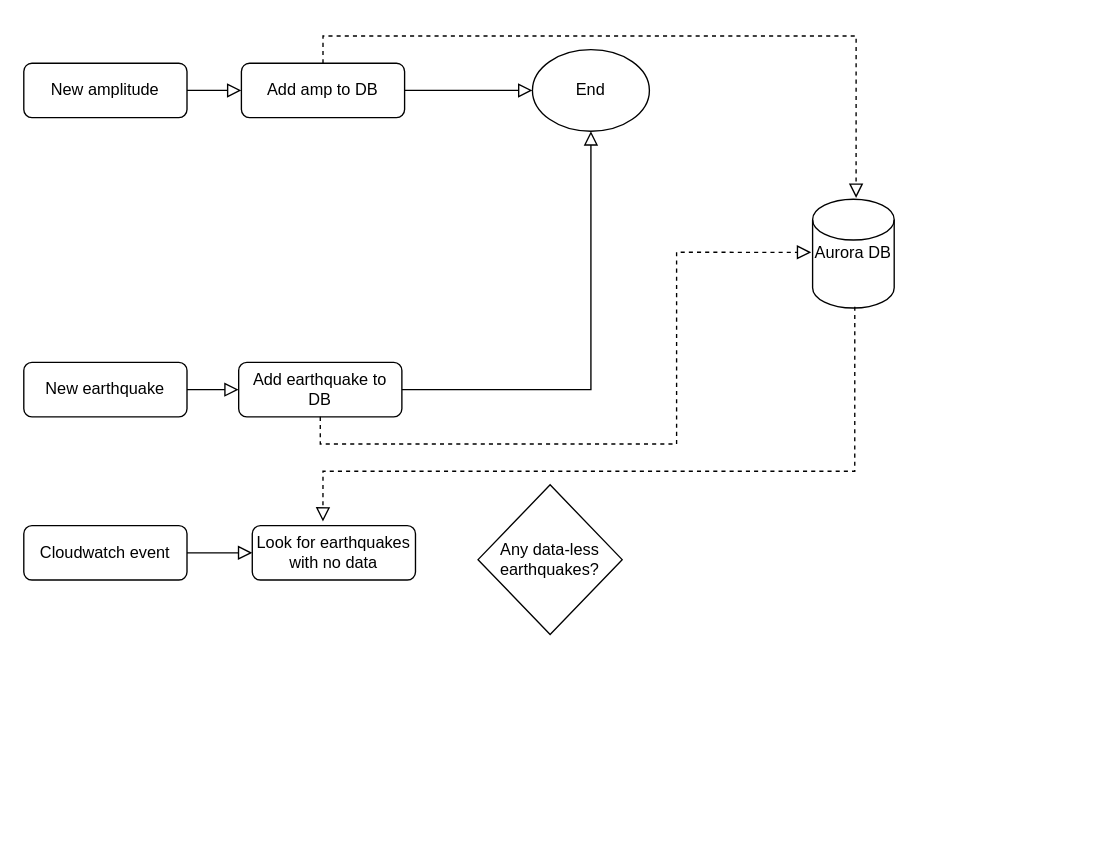
Earlier version of the draw.io diagram amps_flowchart.drawio (mhearne-usgs/shakemap_aws_queue). Source tidied: cells renumbered, new cells numbered last; positions are measured from the earlier drawing's top-left corner, leaving out a move shared by most shapes. Both pictures are drawn from the tidied source at 136%, with x=0, y=0 at pixel (23, 49).
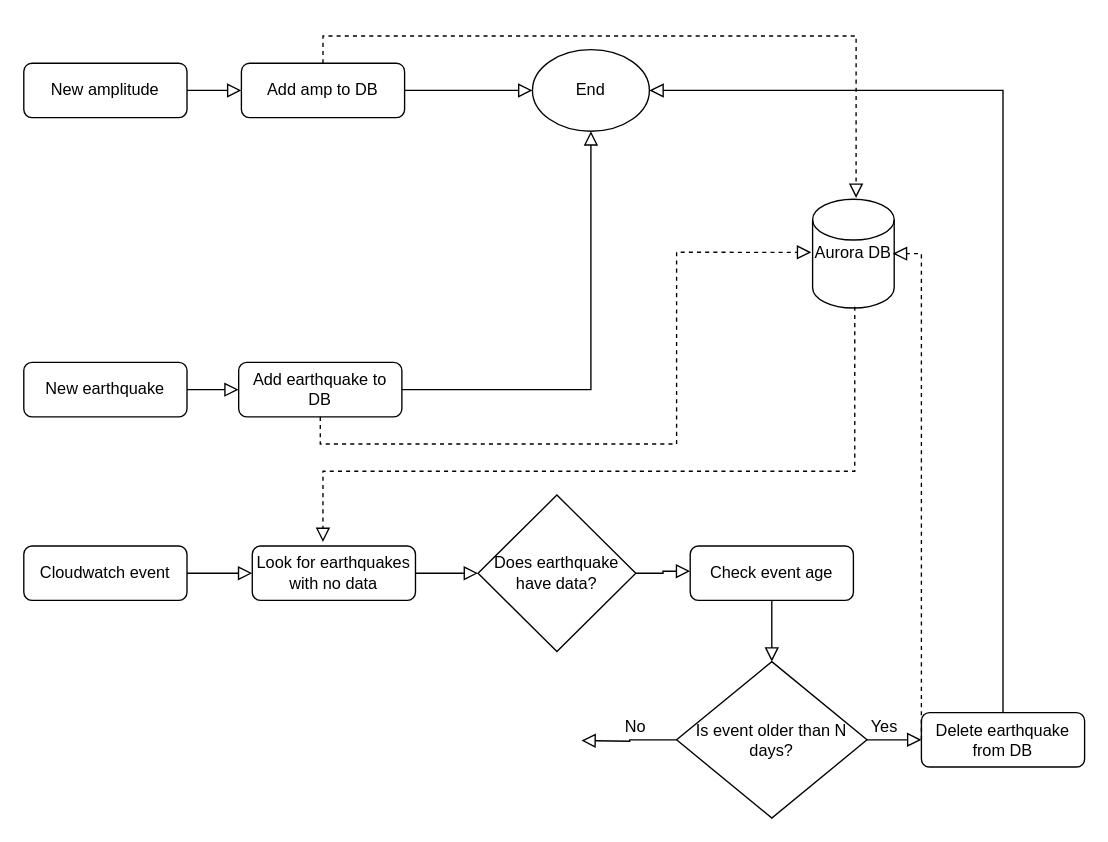
The same diagram, later.

The change refers to these unchanged cells:
```xml
<mxCell id="6" value="Aurora DB" style="shape=cylinder2;whiteSpace=wrap;html=1;boundedLbl=1;backgroundOutline=1;size=15;" parent="1" vertex="1">
  <mxGeometry x="580" y="110" width="60" height="80" as="geometry" />
</mxCell>
<mxCell id="8" value="End" style="ellipse;whiteSpace=wrap;html=1;" parent="1" vertex="1">
  <mxGeometry x="374" width="86" height="60" as="geometry" />
</mxCell>
```

Change to the diagram source:
```diff
@@
     <mxCell id="15" value="Cloudwatch event" style="rounded=1;whiteSpace=wrap;html=1;fontSize=12;glass=0;strokeWidth=1;shadow=0;" parent="1" vertex="1">
-      <mxGeometry y="350" width="120" height="40" as="geometry" />
+      <mxGeometry y="365" width="120" height="40" as="geometry" />
     </mxCell>
@@
     <mxCell id="17" value="Look for earthquakes with no data" style="rounded=1;whiteSpace=wrap;html=1;fontSize=12;glass=0;strokeWidth=1;shadow=0;" parent="1" vertex="1">
-      <mxGeometry x="168" y="350" width="120" height="40" as="geometry" />
+      <mxGeometry x="168" y="365" width="120" height="40" as="geometry" />
     </mxCell>
-    <mxCell id="18" value="Any data-less earthquakes?" style="rhombus;whiteSpace=wrap;html=1;" parent="1" vertex="1">
-      <mxGeometry x="334" y="320" width="106" height="110" as="geometry" />
+    <mxCell id="18" value="Does earthquake have data?" style="rhombus;whiteSpace=wrap;html=1;" parent="1" vertex="1">
+      <mxGeometry x="334" y="327.5" width="116" height="115" as="geometry" />
     </mxCell>
@@
+    <mxCell id="20" style="rounded=0;html=1;jettySize=auto;fontSize=11;endArrow=block;endFill=0;endSize=8;strokeWidth=1;shadow=0;labelBackgroundColor=none;edgeStyle=orthogonalEdgeStyle;exitX=1;exitY=0.5;exitDx=0;exitDy=0;entryX=0;entryY=0.5;entryDx=0;entryDy=0;" parent="1" edge="1" source="17" target="18">
+      <mxGeometry relative="1" as="geometry" />
+    </mxCell>
+    <mxCell id="21" style="rounded=0;html=1;jettySize=auto;fontSize=11;endArrow=block;endFill=0;endSize=8;strokeWidth=1;shadow=0;labelBackgroundColor=none;edgeStyle=orthogonalEdgeStyle;exitX=1;exitY=0.5;exitDx=0;exitDy=0;entryX=0;entryY=0.463;entryDx=0;entryDy=0;entryPerimeter=0;" parent="1" edge="1" source="18" target="22">
+      <mxGeometry relative="1" as="geometry" />
+    </mxCell>
+    <mxCell id="22" value="Check event age" style="rounded=1;whiteSpace=wrap;html=1;fontSize=12;glass=0;strokeWidth=1;shadow=0;" parent="1" vertex="1">
+      <mxGeometry x="490" y="365" width="120" height="40" as="geometry" />
+    </mxCell>
+    <mxCell id="23" value="Is event older than N days?" style="rhombus;whiteSpace=wrap;html=1;" parent="1" vertex="1">
+      <mxGeometry x="480" y="450" width="140" height="115" as="geometry" />
+    </mxCell>
+    <mxCell id="24" style="rounded=0;html=1;jettySize=auto;fontSize=11;endArrow=block;endFill=0;endSize=8;strokeWidth=1;shadow=0;labelBackgroundColor=none;edgeStyle=orthogonalEdgeStyle;exitX=0.5;exitY=1;exitDx=0;exitDy=0;entryX=0.5;entryY=0;entryDx=0;entryDy=0;" parent="1" edge="1" source="22" target="23">
+      <mxGeometry relative="1" as="geometry" />
+    </mxCell>
+    <mxCell id="25" value="Delete earthquake from DB" style="rounded=1;whiteSpace=wrap;html=1;fontSize=12;glass=0;strokeWidth=1;shadow=0;" parent="1" vertex="1">
+      <mxGeometry x="660" y="487.5" width="120" height="40" as="geometry" />
+    </mxCell>
+    <mxCell id="26" style="rounded=0;html=1;jettySize=auto;fontSize=11;endArrow=block;endFill=0;endSize=8;strokeWidth=1;shadow=0;labelBackgroundColor=none;edgeStyle=orthogonalEdgeStyle;exitX=1;exitY=0.5;exitDx=0;exitDy=0;entryX=0;entryY=0.5;entryDx=0;entryDy=0;" parent="1" edge="1" source="23" target="25">
+      <mxGeometry relative="1" as="geometry" />
+    </mxCell>
+    <mxCell id="27" style="edgeStyle=orthogonalEdgeStyle;rounded=0;html=1;jettySize=auto;fontSize=11;endArrow=block;endFill=0;endSize=8;strokeWidth=1;shadow=0;labelBackgroundColor=none;entryX=0.983;entryY=0.5;entryDx=0;entryDy=0;entryPerimeter=0;dashed=1;exitX=0;exitY=0.5;exitDx=0;exitDy=0;" parent="1" edge="1" source="25" target="6">
+      <mxGeometry y="10" relative="1" as="geometry">
+        <Array as="points">
+          <mxPoint x="660" y="150" />
+        </Array>
+      </mxGeometry>
+    </mxCell>
+    <mxCell id="28" style="rounded=0;html=1;jettySize=auto;fontSize=11;endArrow=block;endFill=0;endSize=8;strokeWidth=1;shadow=0;labelBackgroundColor=none;edgeStyle=orthogonalEdgeStyle;exitX=0.5;exitY=0;exitDx=0;exitDy=0;entryX=1;entryY=0.5;entryDx=0;entryDy=0;" parent="1" edge="1" source="25" target="8">
+      <mxGeometry relative="1" as="geometry" />
+    </mxCell>
+    <mxCell id="29" style="rounded=0;html=1;jettySize=auto;fontSize=11;endArrow=block;endFill=0;endSize=8;strokeWidth=1;shadow=0;labelBackgroundColor=none;edgeStyle=orthogonalEdgeStyle;exitX=0;exitY=0.5;exitDx=0;exitDy=0;" parent="1" edge="1" source="23">
+      <mxGeometry relative="1" as="geometry">
+        <mxPoint x="410" y="508" as="targetPoint" />
+      </mxGeometry>
+    </mxCell>
+    <mxCell id="30" value="Yes" style="text;html=1;strokeColor=none;fillColor=none;align=center;verticalAlign=middle;whiteSpace=wrap;rounded=0;" parent="1" vertex="1">
+      <mxGeometry x="613" y="487.5" width="40" height="20" as="geometry" />
+    </mxCell>
+    <mxCell id="31" value="No" style="text;html=1;strokeColor=none;fillColor=none;align=center;verticalAlign=middle;whiteSpace=wrap;rounded=0;" parent="1" vertex="1">
+      <mxGeometry x="430" y="487.5" width="40" height="20" as="geometry" />
+    </mxCell>
```
